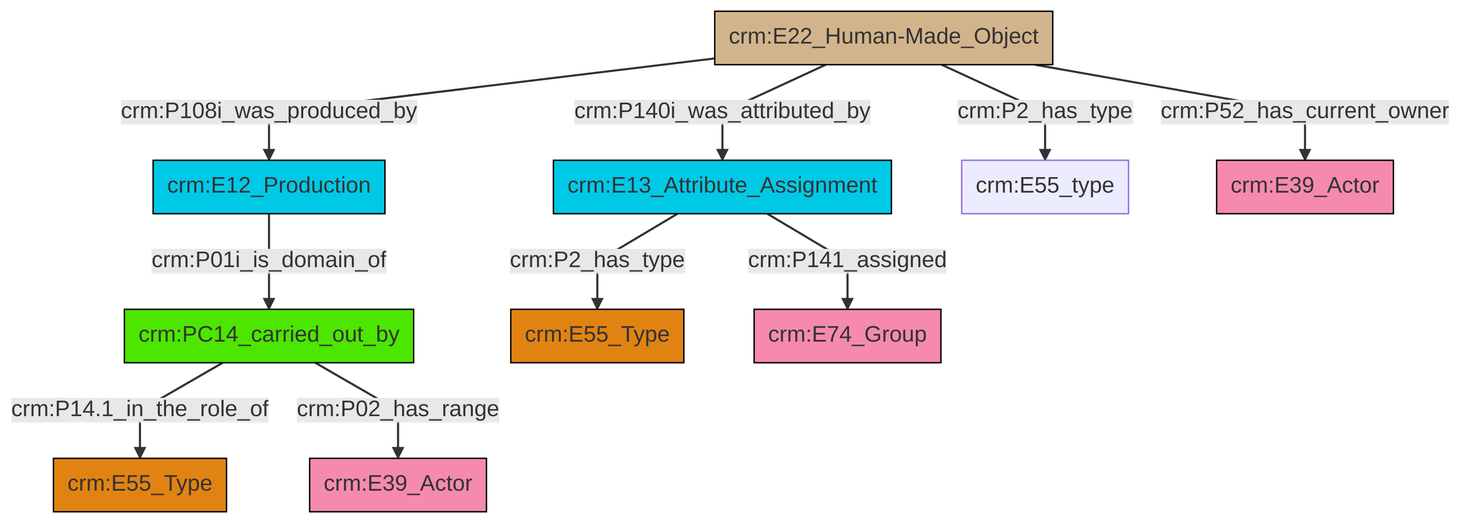
This is et/builtWorkCSV/ttl/mmd/png/Built_Work_actor_relations.png from swiss-art-research-net/docs.swissartresearch, a Mermaid export, as it was before one commit. Its source is kept beside it as et/builtWorkCSV/ttl/mmd/Built_Work_actor_relations.ttl.mmd. Source of this version:
```mermaid
graph TD
classDef Literal fill:#f2f2f2,stroke:#000000;
classDef CRM_Entity fill:#FFFFFF,stroke:#000000;
classDef Temporal_Entity fill:#00C9E6, stroke:#000000;
classDef Type fill:#E18312, stroke:#000000;
classDef Time-Span fill:#2C9C91, stroke:#000000;
classDef Appellation fill:#FFEB7F, stroke:#000000;
classDef Place fill:#008836, stroke:#000000;
classDef Persistent_Item fill:#B266B2, stroke:#000000;
classDef Conceptual_Object fill:#FFD700, stroke:#000000;
classDef Physical_Thing fill:#D2B48C, stroke:#000000;
classDef Actor fill:#f58aad, stroke:#000000;
classDef PC_Classes fill:#4ce600, stroke:#000000;
classDef Multi fill:#cccccc,stroke:#000000;

2["crm:E12_Production"]:::Temporal_Entity -->|crm:P01i_is_domain_of| 3["crm:PC14_carried_out_by"]:::PC_Classes
4["crm:E13_Attribute_Assignment"]:::Temporal_Entity -->|crm:P2_has_type| 5["crm:E55_Type"]:::Type
3["crm:PC14_carried_out_by"]:::PC_Classes -->|crm:P14.1_in_the_role_of| 6["crm:E55_Type"]:::Type
7["crm:E22_Human-Made_Object"]:::Physical_Thing -->|crm:P2_has_type| 8["crm:E55_type"]:::Default
4["crm:E13_Attribute_Assignment"]:::Temporal_Entity -->|crm:P141_assigned| 11["crm:E74_Group"]:::Actor
7["crm:E22_Human-Made_Object"]:::Physical_Thing -->|crm:P108i_was_produced_by| 2["crm:E12_Production"]:::Temporal_Entity
7["crm:E22_Human-Made_Object"]:::Physical_Thing -->|crm:P52_has_current_owner| 13["crm:E39_Actor"]:::Actor
3["crm:PC14_carried_out_by"]:::PC_Classes -->|crm:P02_has_range| 0["crm:E39_Actor"]:::Actor
7["crm:E22_Human-Made_Object"]:::Physical_Thing -->|crm:P140i_was_attributed_by| 4["crm:E13_Attribute_Assignment"]:::Temporal_Entity
```
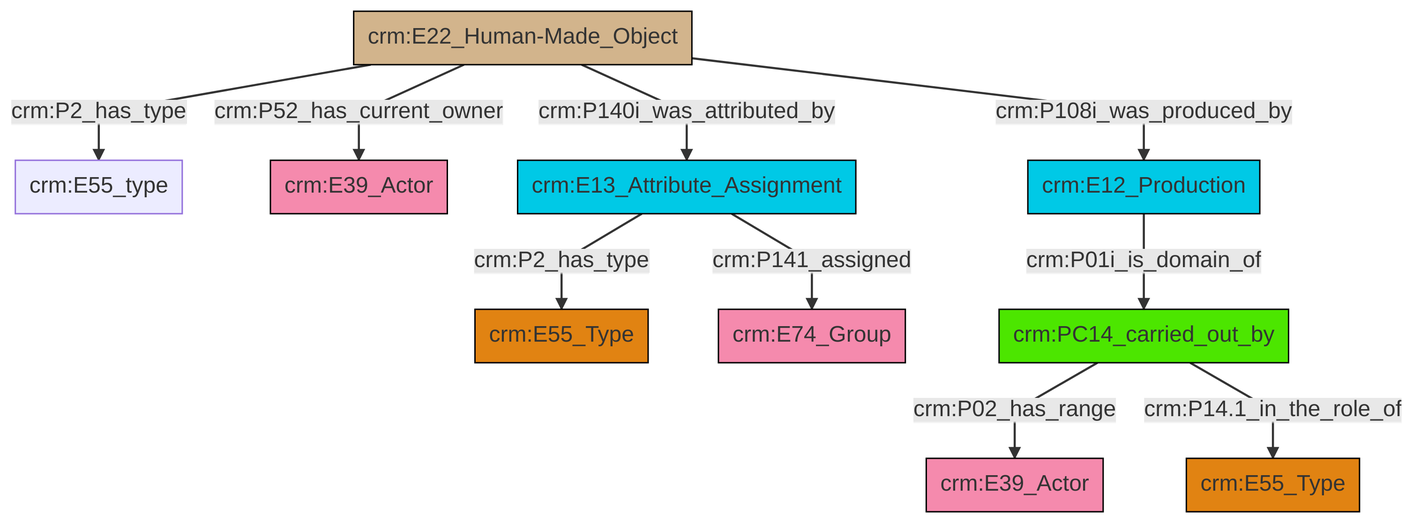
After the commit.

Diff of the diagram source:
```diff
@@ -13,12 +13,12 @@
 classDef PC_Classes fill:#4ce600, stroke:#000000;
 classDef Multi fill:#cccccc,stroke:#000000;
 
-2["crm:E12_Production"]:::Temporal_Entity -->|crm:P01i_is_domain_of| 3["crm:PC14_carried_out_by"]:::PC_Classes
-4["crm:E13_Attribute_Assignment"]:::Temporal_Entity -->|crm:P2_has_type| 5["crm:E55_Type"]:::Type
-3["crm:PC14_carried_out_by"]:::PC_Classes -->|crm:P14.1_in_the_role_of| 6["crm:E55_Type"]:::Type
-7["crm:E22_Human-Made_Object"]:::Physical_Thing -->|crm:P2_has_type| 8["crm:E55_type"]:::Default
-4["crm:E13_Attribute_Assignment"]:::Temporal_Entity -->|crm:P141_assigned| 11["crm:E74_Group"]:::Actor
-7["crm:E22_Human-Made_Object"]:::Physical_Thing -->|crm:P108i_was_produced_by| 2["crm:E12_Production"]:::Temporal_Entity
-7["crm:E22_Human-Made_Object"]:::Physical_Thing -->|crm:P52_has_current_owner| 13["crm:E39_Actor"]:::Actor
-3["crm:PC14_carried_out_by"]:::PC_Classes -->|crm:P02_has_range| 0["crm:E39_Actor"]:::Actor
-7["crm:E22_Human-Made_Object"]:::Physical_Thing -->|crm:P140i_was_attributed_by| 4["crm:E13_Attribute_Assignment"]:::Temporal_Entity
+2["crm:E22_Human-Made_Object"]:::Physical_Thing -->|crm:P2_has_type| 3["crm:E55_type"]:::Default
+9["crm:E12_Production"]:::Temporal_Entity -->|crm:P01i_is_domain_of| 10["crm:PC14_carried_out_by"]:::PC_Classes
+10["crm:PC14_carried_out_by"]:::PC_Classes -->|crm:P02_has_range| 6["crm:E39_Actor"]:::Actor
+11["crm:E13_Attribute_Assignment"]:::Temporal_Entity -->|crm:P2_has_type| 0["crm:E55_Type"]:::Type
+10["crm:PC14_carried_out_by"]:::PC_Classes -->|crm:P14.1_in_the_role_of| 14["crm:E55_Type"]:::Type
+11["crm:E13_Attribute_Assignment"]:::Temporal_Entity -->|crm:P141_assigned| 15["crm:E74_Group"]:::Actor
+2["crm:E22_Human-Made_Object"]:::Physical_Thing -->|crm:P52_has_current_owner| 4["crm:E39_Actor"]:::Actor
+2["crm:E22_Human-Made_Object"]:::Physical_Thing -->|crm:P140i_was_attributed_by| 11["crm:E13_Attribute_Assignment"]:::Temporal_Entity
+2["crm:E22_Human-Made_Object"]:::Physical_Thing -->|crm:P108i_was_produced_by| 9["crm:E12_Production"]:::Temporal_Entity
```
